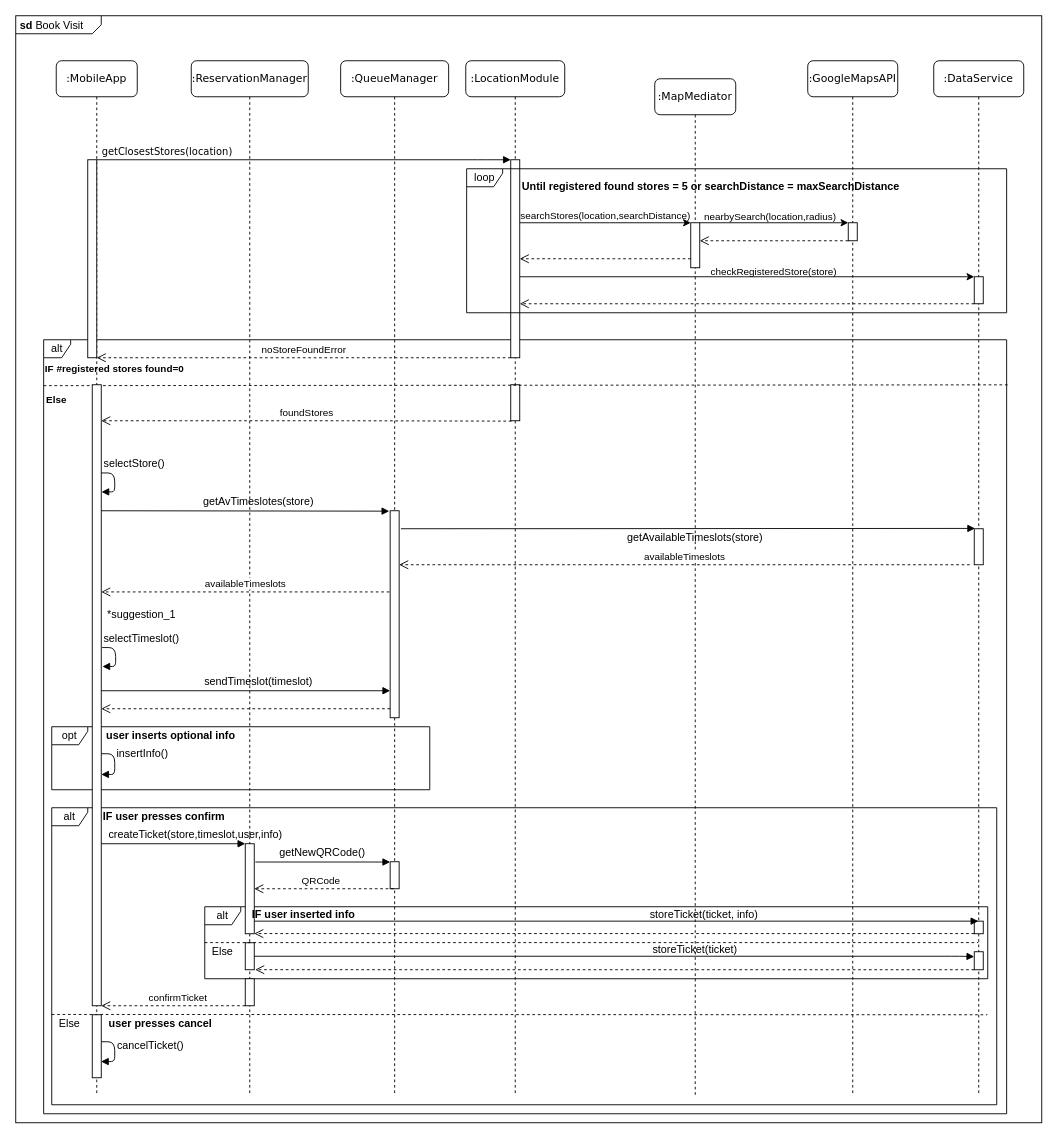
This is Relevant DD information/Sequence Diagrams/DrawIO/bookVisitSeq.drawio from EtionPinari/PinariRomeoSbrolli, a draw.io file, before an edit. Source tidied: cells renumbered, new cells numbered last; positions are measured from the earlier drawing's top-left corner, leaving out a move shared by most shapes. Both pictures are drawn from the tidied source at 90%, with x=0, y=0 at pixel (15, 15).
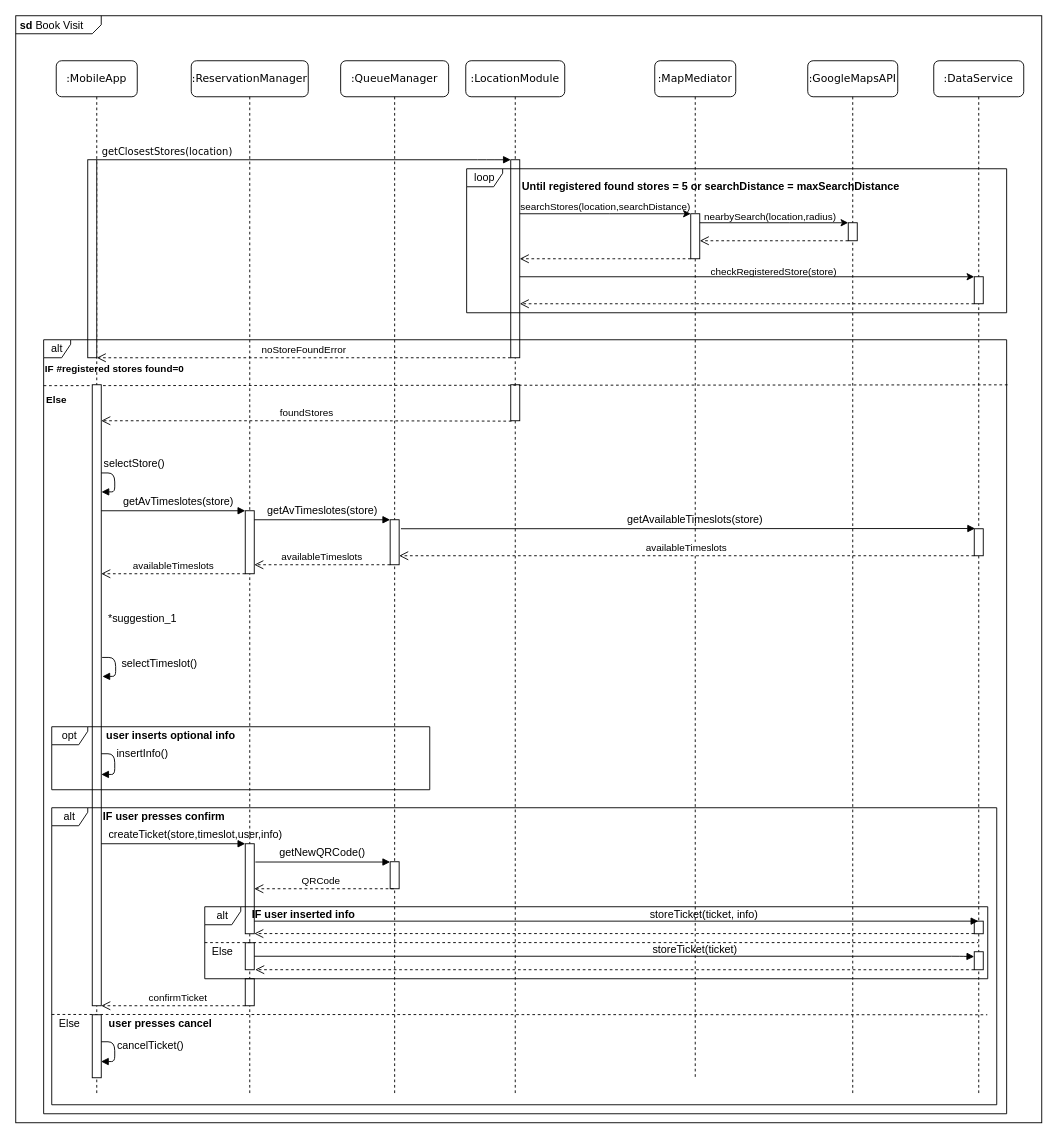
The same diagram, later.

Unchanged cells that the change refers to:
```xml
<mxCell id="7" value=":ReservationManager" style="shape=umlLifeline;perimeter=lifelinePerimeter;whiteSpace=wrap;html=1;rounded=1;shadow=0;comic=0;labelBackgroundColor=none;strokeWidth=1;fontFamily=Verdana;fontSize=12;align=center;" parent="1" vertex="1">
  <mxGeometry x="195" y="50" width="130" height="1150" as="geometry" />
</mxCell>
<mxCell id="10" value=":QueueManager" style="shape=umlLifeline;perimeter=lifelinePerimeter;whiteSpace=wrap;html=1;rounded=1;shadow=0;comic=0;labelBackgroundColor=none;strokeWidth=1;fontFamily=Verdana;fontSize=12;align=center;" parent="1" vertex="1">
  <mxGeometry x="361" y="50" width="120" height="1150" as="geometry" />
</mxCell>
<mxCell id="14" style="html=1;points=[];perimeter=orthogonalPerimeter;rounded=0;shadow=0;comic=0;labelBackgroundColor=none;strokeWidth=1;fontFamily=Verdana;fontSize=12;align=center;" parent="13" vertex="1">
  <mxGeometry x="50" y="110" width="10" height="220" as="geometry" />
</mxCell>
<mxCell id="44" style="html=1;points=[];perimeter=orthogonalPerimeter;" parent="1" vertex="1">
  <mxGeometry x="85" y="410" width="10" height="690" as="geometry" />
</mxCell>
```

The edit, as a diff of the source:
```diff
@@
-    <mxCell id="3" value="alt" style="shape=umlFrame;whiteSpace=wrap;html=1;labelBackgroundColor=none;width=30;height=20;" parent="1" vertex="1">
-      <mxGeometry x="31" y="360" width="1070" height="860" as="geometry" />
-    </mxCell>
-    <mxCell id="4" value="alt" style="shape=umlFrame;whiteSpace=wrap;html=1;width=40;height=20;" parent="1" vertex="1">
-      <mxGeometry x="40" y="880" width="1050" height="330" as="geometry" />
-    </mxCell>
-    <mxCell id="5" value="alt" style="shape=umlFrame;whiteSpace=wrap;html=1;width=40;height=20;" parent="1" vertex="1">
-      <mxGeometry x="210" y="990" width="870" height="80" as="geometry" />
-    </mxCell>
-    <mxCell id="6" value="opt" style="shape=umlFrame;whiteSpace=wrap;html=1;width=40;height=20;" parent="1" vertex="1">
-      <mxGeometry x="40" y="790" width="420" height="70" as="geometry" />
-    </mxCell>
@@
+    <mxCell id="85" style="html=1;points=[];perimeter=orthogonalPerimeter;" parent="7" vertex="1">
+      <mxGeometry x="60" y="500" width="10" height="70" as="geometry" />
+    </mxCell>
@@
     <mxCell id="11" style="html=1;points=[];perimeter=orthogonalPerimeter;" parent="10" vertex="1">
-      <mxGeometry x="55" y="500" width="10" height="230" as="geometry" />
+      <mxGeometry x="55" y="510" width="10" height="50" as="geometry" />
     </mxCell>
@@
     <mxCell id="16" value=":MapMediator" style="shape=umlLifeline;perimeter=lifelinePerimeter;whiteSpace=wrap;html=1;rounded=1;shadow=0;comic=0;labelBackgroundColor=none;strokeWidth=1;fontFamily=Verdana;fontSize=12;align=center;" parent="1" vertex="1">
-      <mxGeometry x="710" y="70" width="90" height="1130" as="geometry" />
+      <mxGeometry x="710" y="50" width="90" height="1130" as="geometry" />
     </mxCell>
     <mxCell id="17" style="html=1;points=[];perimeter=orthogonalPerimeter;rounded=0;shadow=0;comic=0;labelBackgroundColor=none;strokeWidth=1;fontFamily=Verdana;fontSize=12;align=center;" parent="16" vertex="1">
-      <mxGeometry x="40" y="160" width="10" height="50" as="geometry" />
+      <mxGeometry x="40" y="170" width="10" height="50" as="geometry" />
     </mxCell>
@@
     <mxCell id="29" style="edgeStyle=orthogonalEdgeStyle;rounded=0;jettySize=auto;html=1;" parent="1" edge="1" source="14" target="17">
       <mxGeometry relative="1" as="geometry">
         <Array as="points">
-          <mxPoint x="660" y="230" />
-          <mxPoint x="660" y="230" />
+          <mxPoint x="660" y="220" />
+          <mxPoint x="660" y="220" />
         </Array>
       </mxGeometry>
     </mxCell>
@@
-    <mxCell id="43" value="loop" style="shape=umlFrame;whiteSpace=wrap;html=1;fontSize=12;width=40;height=20;" parent="1" vertex="1">
-      <mxGeometry x="501" y="170" width="600" height="160" as="geometry" />
-    </mxCell>
@@
     <mxCell id="47" value="*suggestion_1" style="text;html=1;strokeColor=none;fillColor=none;align=center;verticalAlign=middle;whiteSpace=wrap;rounded=0;" parent="1" vertex="1">
-      <mxGeometry x="100" y="656" width="80" height="20" as="geometry" />
+      <mxGeometry x="101" y="660" width="80" height="20" as="geometry" />
     </mxCell>
-    <mxCell id="48" style="endArrow=block;endFill=1;endSize=6;html=1;entryX=-0.1;entryY=0.002;entryDx=0;entryDy=0;entryPerimeter=0;" parent="1" edge="1" target="11">
+    <mxCell id="48" style="endArrow=block;endFill=1;endSize=6;html=1;" parent="1" edge="1" target="85">
       <mxGeometry relative="1" as="geometry">
         <mxPoint x="95" y="550" as="sourcePoint" />
       </mxGeometry>
     </mxCell>
     <mxCell id="49" value="getAvTimeslotes(store)" style="text;html=1;strokeColor=none;fillColor=none;align=center;verticalAlign=middle;whiteSpace=wrap;rounded=0;" parent="1" vertex="1">
-      <mxGeometry x="250" y="530" width="40" height="20" as="geometry" />
+      <mxGeometry x="161" y="530" width="40" height="20" as="geometry" />
     </mxCell>
@@
     <mxCell id="51" style="html=1;points=[];perimeter=orthogonalPerimeter;" parent="1" vertex="1">
-      <mxGeometry x="1065" y="570" width="10" height="40" as="geometry" />
+      <mxGeometry x="1065" y="570" width="10" height="30" as="geometry" />
     </mxCell>
-    <mxCell id="52" value="availableTimeslots" style="html=1;verticalAlign=bottom;endArrow=open;dashed=1;endSize=8;" parent="1" edge="1" target="11">
+    <mxCell id="52" value="availableTimeslots" style="html=1;verticalAlign=bottom;endArrow=open;dashed=1;endSize=8;" parent="1" edge="1" source="51" target="11">
       <mxGeometry relative="1" as="geometry">
-        <mxPoint x="1060" y="610" as="sourcePoint" />
+        <Array as="points">
+          <mxPoint x="750" y="600" />
+        </Array>
       </mxGeometry>
     </mxCell>
-    <mxCell id="53" value="availableTimeslots" style="html=1;verticalAlign=bottom;endArrow=open;dashed=1;endSize=8;exitX=-0.093;exitY=0.332;exitDx=0;exitDy=0;exitPerimeter=0;" parent="1" edge="1">
+    <mxCell id="53" value="availableTimeslots" style="html=1;verticalAlign=bottom;endArrow=open;dashed=1;endSize=8;" parent="1" edge="1" source="11" target="85">
       <mxGeometry relative="1" as="geometry">
-        <mxPoint x="415.1" y="640.2" as="sourcePoint" />
-        <mxPoint x="95" y="640.2" as="targetPoint" />
+        <Array as="points">
+          <mxPoint x="350" y="610" />
+          <mxPoint x="290" y="610" />
+        </Array>
       </mxGeometry>
     </mxCell>
     <mxCell id="54" style="endArrow=block;endFill=1;endSize=6;html=1;entryX=1.033;entryY=0.389;entryDx=0;entryDy=0;entryPerimeter=0;" parent="1" edge="1">
       <mxGeometry relative="1" as="geometry">
-        <mxPoint x="96" y="702" as="sourcePoint" />
-        <mxPoint x="96.3" y="723.1" as="targetPoint" />
+        <mxPoint x="96" y="713" as="sourcePoint" />
+        <mxPoint x="96.3" y="734.1" as="targetPoint" />
         <Array as="points">
-          <mxPoint x="111" y="702" />
-          <mxPoint x="111" y="723" />
+          <mxPoint x="111" y="713" />
+          <mxPoint x="111" y="734" />
         </Array>
       </mxGeometry>
     </mxCell>
     <mxCell id="55" value="selectTimeslot()" style="text;html=1;strokeColor=none;fillColor=none;align=center;verticalAlign=middle;whiteSpace=wrap;rounded=0;" parent="1" vertex="1">
-      <mxGeometry x="120" y="682" width="40" height="20" as="geometry" />
+      <mxGeometry x="140" y="710" width="40" height="20" as="geometry" />
     </mxCell>
-    <mxCell id="56" style="endArrow=block;endFill=1;endSize=6;html=1;" parent="1" edge="1" target="11">
-      <mxGeometry relative="1" as="geometry">
-        <mxPoint x="95" y="750" as="sourcePoint" />
-      </mxGeometry>
-    </mxCell>
-    <mxCell id="57" value="sendTimeslot(timeslot)" style="text;html=1;strokeColor=none;fillColor=none;align=center;verticalAlign=middle;whiteSpace=wrap;rounded=0;" parent="1" vertex="1">
-      <mxGeometry x="250" y="730" width="40" height="20" as="geometry" />
-    </mxCell>
-    <mxCell id="58" style="html=1;verticalAlign=bottom;endArrow=open;dashed=1;endSize=8;" parent="1" edge="1" source="11">
-      <mxGeometry relative="1" as="geometry">
-        <mxPoint x="95" y="770" as="targetPoint" />
-      </mxGeometry>
-    </mxCell>
@@
+    <mxCell id="86" value="availableTimeslots" style="html=1;verticalAlign=bottom;endArrow=open;dashed=1;endSize=8;" parent="1" edge="1" source="85" target="44">
+      <mxGeometry relative="1" as="geometry">
+        <Array as="points">
+          <mxPoint x="170" y="620" />
+        </Array>
+      </mxGeometry>
+    </mxCell>
+    <mxCell id="87" style="endArrow=block;endFill=1;endSize=6;html=1;" parent="1" edge="1" source="85" target="11">
+      <mxGeometry relative="1" as="geometry">
+        <Array as="points">
+          <mxPoint x="340" y="560" />
+        </Array>
+      </mxGeometry>
+    </mxCell>
+    <mxCell id="88" value="getAvTimeslotes(store)" style="text;html=1;strokeColor=none;fillColor=none;align=center;verticalAlign=middle;whiteSpace=wrap;rounded=0;" parent="1" vertex="1">
+      <mxGeometry x="321" y="540" width="40" height="20" as="geometry" />
+    </mxCell>
+    <mxCell id="43" value="loop" style="shape=umlFrame;whiteSpace=wrap;html=1;fontSize=12;width=40;height=20;" parent="1" vertex="1">
+      <mxGeometry x="501" y="170" width="600" height="160" as="geometry" />
+    </mxCell>
+    <mxCell id="5" value="alt" style="shape=umlFrame;whiteSpace=wrap;html=1;width=40;height=20;" parent="1" vertex="1">
+      <mxGeometry x="210" y="990" width="870" height="80" as="geometry" />
+    </mxCell>
+    <mxCell id="4" value="alt" style="shape=umlFrame;whiteSpace=wrap;html=1;width=40;height=20;" parent="1" vertex="1">
+      <mxGeometry x="40" y="880" width="1050" height="330" as="geometry" />
+    </mxCell>
+    <mxCell id="6" value="opt" style="shape=umlFrame;whiteSpace=wrap;html=1;width=40;height=20;" parent="1" vertex="1">
+      <mxGeometry x="40" y="790" width="420" height="70" as="geometry" />
+    </mxCell>
+    <mxCell id="3" value="alt" style="shape=umlFrame;whiteSpace=wrap;html=1;labelBackgroundColor=none;width=30;height=20;" parent="1" vertex="1">
+      <mxGeometry x="31" y="360" width="1070" height="860" as="geometry" />
+    </mxCell>
```
